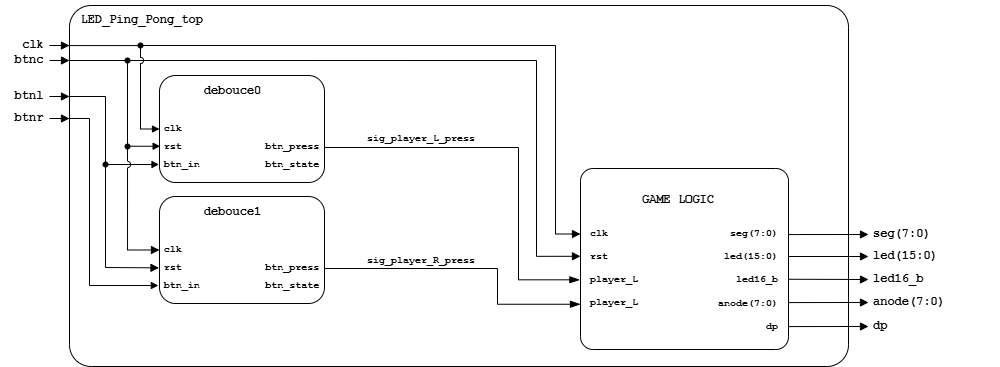
Above: img/Schéma.png in 270931/DE1-Projekt (draw.io), before the change. Source tidied: cells renumbered, new cells last; positions are measured from the earlier drawing's top-left corner, leaving out a move shared by most shapes.
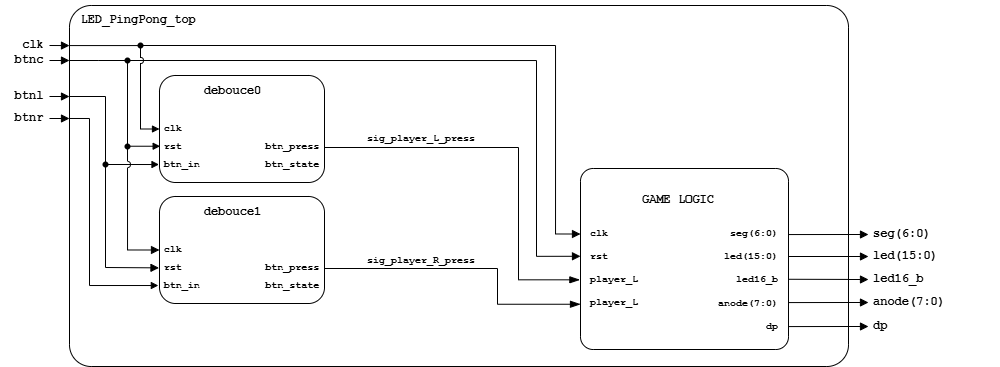
The same diagram one commit later.

Diff of the diagram source:
```diff
@@ -2,7 +2,7 @@
   <root>
     <mxCell id="0" />
     <mxCell id="1" parent="0" />
-    <mxCell id="2" value="&lt;pre&gt;&lt;font face=&quot;Courier New&quot;&gt;&lt;b&gt;&amp;nbsp; &amp;nbsp;LED_Ping_Pong_top&lt;/b&gt;&lt;/font&gt;&lt;/pre&gt;" style="rounded=1;whiteSpace=wrap;html=1;align=left;verticalAlign=top;fontFamily=Courier New;arcSize=6;spacing=-10;" parent="1" vertex="1">
+    <mxCell id="2" value="&lt;pre&gt;&lt;font face=&quot;Courier New&quot;&gt;&lt;b&gt;&amp;nbsp; &amp;nbsp;LED_PingPong_top&lt;/b&gt;&lt;/font&gt;&lt;/pre&gt;" style="rounded=1;whiteSpace=wrap;html=1;align=left;verticalAlign=top;fontFamily=Courier New;arcSize=6;spacing=-10;" parent="1" vertex="1">
       <mxGeometry x="70" width="779" height="361" as="geometry" />
     </mxCell>
     <mxCell id="3" style="endArrow=block;html=1;rounded=0;endFill=1;curved=0;entryX=0;entryY=0.111;entryDx=0;entryDy=0;entryPerimeter=0;" parent="1" edge="1" target="2">
@@ -79,7 +79,7 @@
         <mxPoint x="20" y="15" as="targetPoint" />
       </mxGeometry>
     </mxCell>
-    <mxCell id="19" value="&lt;p&gt;&lt;font face=&quot;Courier New&quot;&gt;&lt;b&gt;seg(7:0)&lt;/b&gt;&lt;/font&gt;&lt;/p&gt;" style="text;html=1;whiteSpace=wrap;strokeColor=none;fillColor=none;align=left;verticalAlign=middle;rounded=0;fontFamily=Courier New;" parent="17" vertex="1">
+    <mxCell id="19" value="&lt;p&gt;&lt;font face=&quot;Courier New&quot;&gt;&lt;b&gt;seg(6:0)&lt;/b&gt;&lt;/font&gt;&lt;/p&gt;" style="text;html=1;whiteSpace=wrap;strokeColor=none;fillColor=none;align=left;verticalAlign=middle;rounded=0;fontFamily=Courier New;" parent="17" vertex="1">
       <mxGeometry x="23" width="128" height="30" as="geometry" />
     </mxCell>
     <mxCell id="20" style="endArrow=block;html=1;rounded=0;endFill=1;curved=0;entryX=0;entryY=0.151;entryDx=0;entryDy=0;entryPerimeter=0;" parent="17" edge="1">
@@ -118,7 +118,7 @@
     <mxCell id="27" value="&lt;p&gt;&lt;font face=&quot;Courier New&quot;&gt;&lt;b&gt;dp&lt;/b&gt;&lt;/font&gt;&lt;/p&gt;" style="text;html=1;whiteSpace=wrap;strokeColor=none;fillColor=none;align=left;verticalAlign=middle;rounded=0;fontFamily=Courier New;" parent="17" vertex="1">
       <mxGeometry x="23" y="92" width="128" height="30" as="geometry" />
     </mxCell>
-    <mxCell id="28" value="&lt;font face=&quot;Courier New&quot; style=&quot;font-size: 16px;&quot;&gt;&lt;b style=&quot;&quot;&gt;&lt;/b&gt;&lt;/font&gt;&lt;table&gt;&lt;tbody&gt;&lt;tr&gt;&lt;td&gt;&lt;br&gt;&lt;/td&gt;&lt;td&gt;&lt;b&gt;&lt;font face=&quot;Courier New&quot;&gt;GAME LOGIC&lt;/font&gt;&lt;/b&gt;&lt;/td&gt;&lt;td&gt;&lt;br&gt;&lt;br&gt;&lt;br&gt;&lt;/td&gt;&lt;/tr&gt;&lt;tr&gt;&lt;td style=&quot;text-align: left;&quot;&gt;&lt;font style=&quot;font-size: 10px;&quot; face=&quot;Courier New&quot;&gt;&lt;b&gt;clk&lt;/b&gt;&lt;/font&gt;&lt;/td&gt;&lt;td&gt;&lt;font style=&quot;font-size: 10px;&quot; face=&quot;Courier New&quot;&gt;&lt;b&gt;&amp;nbsp; &amp;nbsp; &amp;nbsp; &amp;nbsp; &amp;nbsp; &amp;nbsp;&lt;/b&gt;&lt;/font&gt;&lt;/td&gt;&lt;td style=&quot;text-align: right;&quot;&gt;&lt;font style=&quot;font-size: 10px;&quot; face=&quot;Courier New&quot;&gt;&lt;b&gt;seg(7:0)&lt;/b&gt;&lt;/font&gt;&lt;/td&gt;&lt;/tr&gt;&lt;tr style=&quot;line-height: 170%;&quot;&gt;&lt;td style=&quot;text-align: left;&quot;&gt;&lt;font style=&quot;font-size: 10px; line-height: 170%;&quot; face=&quot;Courier New&quot;&gt;&lt;b&gt;rst&lt;/b&gt;&lt;/font&gt;&lt;/td&gt;&lt;td&gt;&lt;font style=&quot;font-size: 10px;&quot; face=&quot;Courier New&quot;&gt;&lt;b&gt;&lt;br&gt;&lt;/b&gt;&lt;/font&gt;&lt;/td&gt;&lt;td style=&quot;text-align: right;&quot;&gt;&lt;font style=&quot;font-size: 10px; line-height: 170%;&quot; face=&quot;Courier New&quot;&gt;&lt;b&gt;led(15:0)&lt;/b&gt;&lt;/font&gt;&lt;/td&gt;&lt;/tr&gt;&lt;tr&gt;&lt;td style=&quot;text-align: left;&quot;&gt;&lt;b style=&quot;font-family: &amp;quot;Courier New&amp;quot;; font-size: 10px;&quot;&gt;player_L&lt;/b&gt;&lt;/td&gt;&lt;td&gt;&lt;font style=&quot;font-size: 10px;&quot; face=&quot;Courier New&quot;&gt;&lt;b&gt;&lt;br&gt;&lt;/b&gt;&lt;/font&gt;&lt;/td&gt;&lt;td style=&quot;text-align: right;&quot;&gt;&lt;font style=&quot;font-size: 10px;&quot; face=&quot;Courier New&quot;&gt;&lt;b&gt;led16_b&lt;/b&gt;&lt;/font&gt;&lt;/td&gt;&lt;/tr&gt;&lt;tr style=&quot;line-height: 190%;&quot;&gt;&lt;td&gt;&lt;b style=&quot;font-family: &amp;quot;Courier New&amp;quot;; font-size: 10px; text-align: left;&quot;&gt;player_L&lt;/b&gt;&lt;font style=&quot;font-size: 10px;&quot; face=&quot;Courier New&quot;&gt;&lt;b&gt;&lt;/b&gt;&lt;/font&gt;&lt;/td&gt;&lt;td&gt;&lt;font style=&quot;font-size: 10px;&quot; face=&quot;Courier New&quot;&gt;&lt;b&gt;&lt;br&gt;&lt;/b&gt;&lt;/font&gt;&lt;/td&gt;&lt;td style=&quot;text-align: right;&quot;&gt;&lt;font style=&quot;font-size: 10px; line-height: 190%;&quot; face=&quot;Courier New&quot;&gt;&lt;b&gt;anode(7:0)&lt;/b&gt;&lt;/font&gt;&lt;/td&gt;&lt;/tr&gt;&lt;tr&gt;&lt;td&gt;&lt;font style=&quot;font-size: 10px;&quot; face=&quot;Courier New&quot;&gt;&lt;b&gt;&lt;br&gt;&lt;/b&gt;&lt;/font&gt;&lt;/td&gt;&lt;td&gt;&lt;font style=&quot;font-size: 10px;&quot; face=&quot;Courier New&quot;&gt;&lt;b&gt;&lt;br&gt;&lt;/b&gt;&lt;/font&gt;&lt;/td&gt;&lt;td style=&quot;text-align: right;&quot;&gt;&lt;font style=&quot;font-size: 10px;&quot; face=&quot;Courier New&quot;&gt;&lt;b&gt;dp&lt;/b&gt;&lt;/font&gt;&lt;/td&gt;&lt;/tr&gt;&lt;/tbody&gt;&lt;/table&gt;&lt;div&gt;&lt;font face=&quot;Courier New&quot; style=&quot;font-size: 16px;&quot;&gt;&lt;b style=&quot;&quot;&gt;&lt;/b&gt;&lt;/font&gt;&lt;/div&gt;" style="rounded=1;whiteSpace=wrap;html=1;arcSize=7;verticalAlign=top;" parent="1" vertex="1">
+    <mxCell id="28" value="&lt;font face=&quot;Courier New&quot; style=&quot;font-size: 16px;&quot;&gt;&lt;b style=&quot;&quot;&gt;&lt;/b&gt;&lt;/font&gt;&lt;table&gt;&lt;tbody&gt;&lt;tr&gt;&lt;td&gt;&lt;br&gt;&lt;/td&gt;&lt;td&gt;&lt;b&gt;&lt;font face=&quot;Courier New&quot;&gt;GAME LOGIC&lt;/font&gt;&lt;/b&gt;&lt;/td&gt;&lt;td&gt;&lt;br&gt;&lt;br&gt;&lt;br&gt;&lt;/td&gt;&lt;/tr&gt;&lt;tr&gt;&lt;td style=&quot;text-align: left;&quot;&gt;&lt;font style=&quot;font-size: 10px;&quot; face=&quot;Courier New&quot;&gt;&lt;b&gt;clk&lt;/b&gt;&lt;/font&gt;&lt;/td&gt;&lt;td&gt;&lt;font style=&quot;font-size: 10px;&quot; face=&quot;Courier New&quot;&gt;&lt;b&gt;&amp;nbsp; &amp;nbsp; &amp;nbsp; &amp;nbsp; &amp;nbsp; &amp;nbsp;&lt;/b&gt;&lt;/font&gt;&lt;/td&gt;&lt;td style=&quot;text-align: right;&quot;&gt;&lt;font style=&quot;font-size: 10px;&quot; face=&quot;Courier New&quot;&gt;&lt;b&gt;seg(6:0)&lt;/b&gt;&lt;/font&gt;&lt;/td&gt;&lt;/tr&gt;&lt;tr style=&quot;line-height: 170%;&quot;&gt;&lt;td style=&quot;text-align: left;&quot;&gt;&lt;font style=&quot;font-size: 10px; line-height: 170%;&quot; face=&quot;Courier New&quot;&gt;&lt;b&gt;rst&lt;/b&gt;&lt;/font&gt;&lt;/td&gt;&lt;td&gt;&lt;font style=&quot;font-size: 10px;&quot; face=&quot;Courier New&quot;&gt;&lt;b&gt;&lt;br&gt;&lt;/b&gt;&lt;/font&gt;&lt;/td&gt;&lt;td style=&quot;text-align: right;&quot;&gt;&lt;font style=&quot;font-size: 10px; line-height: 170%;&quot; face=&quot;Courier New&quot;&gt;&lt;b&gt;led(15:0)&lt;/b&gt;&lt;/font&gt;&lt;/td&gt;&lt;/tr&gt;&lt;tr&gt;&lt;td style=&quot;text-align: left;&quot;&gt;&lt;b style=&quot;font-family: &amp;quot;Courier New&amp;quot;; font-size: 10px;&quot;&gt;player_L&lt;/b&gt;&lt;/td&gt;&lt;td&gt;&lt;font style=&quot;font-size: 10px;&quot; face=&quot;Courier New&quot;&gt;&lt;b&gt;&lt;br&gt;&lt;/b&gt;&lt;/font&gt;&lt;/td&gt;&lt;td style=&quot;text-align: right;&quot;&gt;&lt;font style=&quot;font-size: 10px;&quot; face=&quot;Courier New&quot;&gt;&lt;b&gt;led16_b&lt;/b&gt;&lt;/font&gt;&lt;/td&gt;&lt;/tr&gt;&lt;tr style=&quot;line-height: 190%;&quot;&gt;&lt;td&gt;&lt;b style=&quot;font-family: &amp;quot;Courier New&amp;quot;; font-size: 10px; text-align: left;&quot;&gt;player_L&lt;/b&gt;&lt;font style=&quot;font-size: 10px;&quot; face=&quot;Courier New&quot;&gt;&lt;b&gt;&lt;/b&gt;&lt;/font&gt;&lt;/td&gt;&lt;td&gt;&lt;font style=&quot;font-size: 10px;&quot; face=&quot;Courier New&quot;&gt;&lt;b&gt;&lt;br&gt;&lt;/b&gt;&lt;/font&gt;&lt;/td&gt;&lt;td style=&quot;text-align: right;&quot;&gt;&lt;font style=&quot;font-size: 10px; line-height: 190%;&quot; face=&quot;Courier New&quot;&gt;&lt;b&gt;anode(7:0)&lt;/b&gt;&lt;/font&gt;&lt;/td&gt;&lt;/tr&gt;&lt;tr&gt;&lt;td&gt;&lt;font style=&quot;font-size: 10px;&quot; face=&quot;Courier New&quot;&gt;&lt;b&gt;&lt;br&gt;&lt;/b&gt;&lt;/font&gt;&lt;/td&gt;&lt;td&gt;&lt;font style=&quot;font-size: 10px;&quot; face=&quot;Courier New&quot;&gt;&lt;b&gt;&lt;br&gt;&lt;/b&gt;&lt;/font&gt;&lt;/td&gt;&lt;td style=&quot;text-align: right;&quot;&gt;&lt;font style=&quot;font-size: 10px;&quot; face=&quot;Courier New&quot;&gt;&lt;b&gt;dp&lt;/b&gt;&lt;/font&gt;&lt;/td&gt;&lt;/tr&gt;&lt;/tbody&gt;&lt;/table&gt;&lt;div&gt;&lt;font face=&quot;Courier New&quot; style=&quot;font-size: 16px;&quot;&gt;&lt;b style=&quot;&quot;&gt;&lt;/b&gt;&lt;/font&gt;&lt;/div&gt;" style="rounded=1;whiteSpace=wrap;html=1;arcSize=7;verticalAlign=top;" parent="1" vertex="1">
       <mxGeometry x="581" y="163" width="208" height="181" as="geometry" />
     </mxCell>
     <mxCell id="29" style="endArrow=none;html=1;rounded=0;exitX=1.001;exitY=0.365;exitDx=0;exitDy=0;exitPerimeter=0;" parent="1" edge="1" source="28">
```
